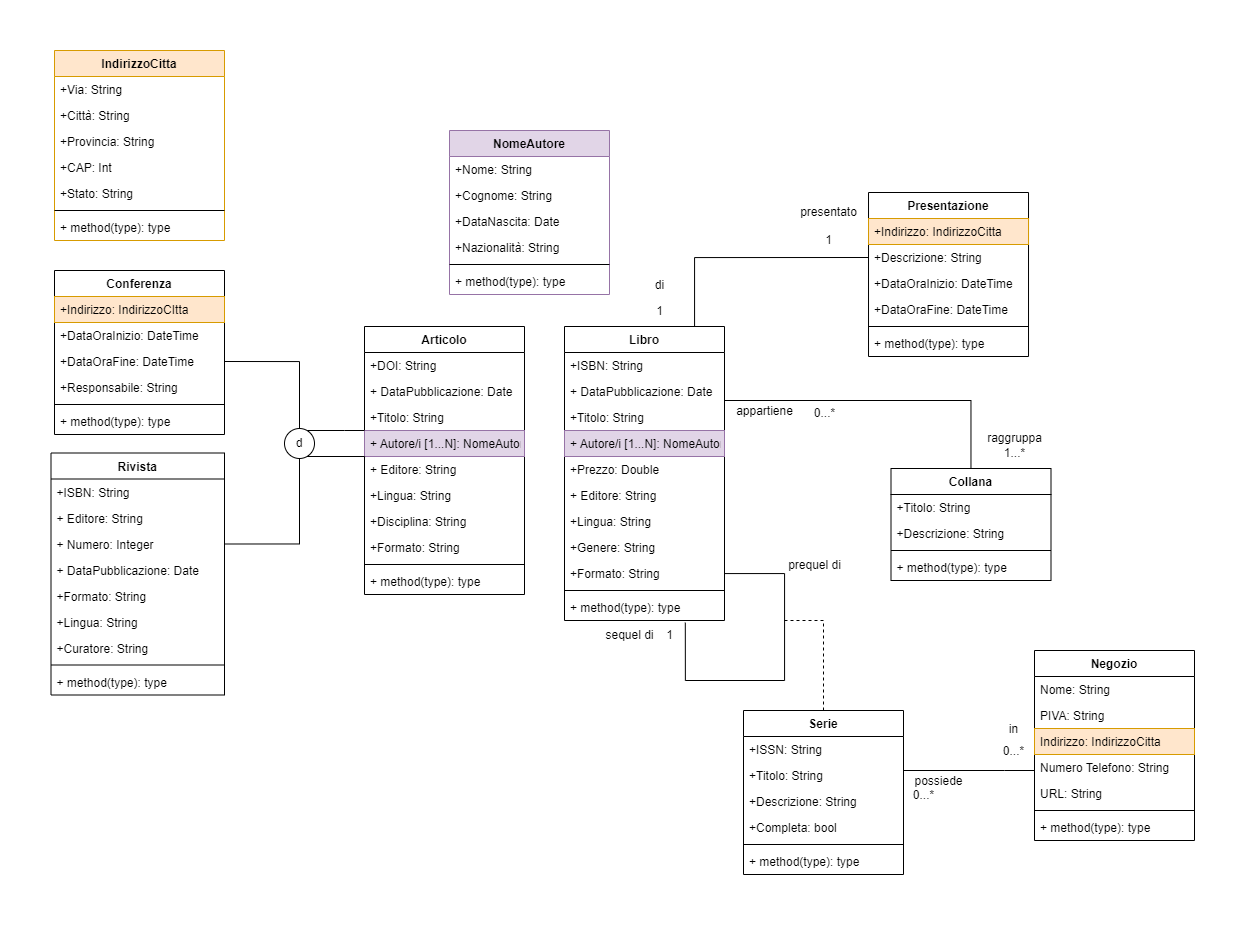
The draw.io diagram Schemi/UMLv4.png in simoneparente/Biblioteca, before a commit. Source tidied: cells renumbered, new cells last; positions are measured from the earlier drawing's top-left corner, leaving out a move shared by most shapes.
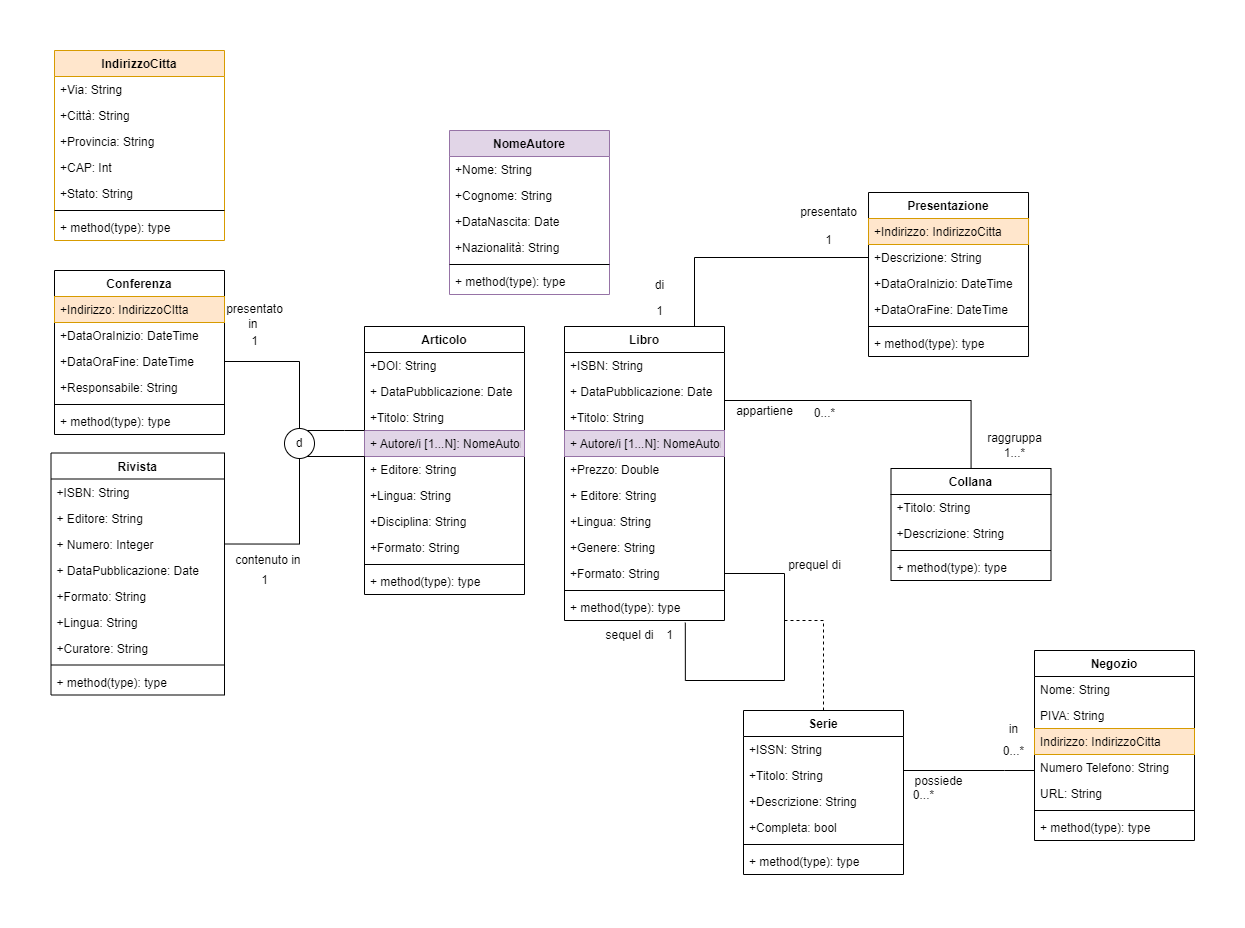
The same file after the commit.

Commit message:
UML v4 aggiornato e inizio documentazione

The edit, as a diff of the source:
```diff
@@ -359,5 +359,17 @@
     <mxCell id="108" value="1" style="text;html=1;align=center;verticalAlign=middle;strokeColor=none;fillColor=none;" parent="1" vertex="1">
       <mxGeometry x="594" y="246" width="30" height="30" as="geometry" />
     </mxCell>
+    <mxCell id="109" value="presentato&lt;br&gt;in&amp;nbsp;" style="text;html=1;align=center;verticalAlign=middle;strokeColor=none;fillColor=none;" parent="1" vertex="1">
+      <mxGeometry x="164" y="246" width="80" height="40" as="geometry" />
+    </mxCell>
+    <mxCell id="110" value="1" style="text;html=1;align=center;verticalAlign=middle;strokeColor=none;fillColor=none;" parent="1" vertex="1">
+      <mxGeometry x="189" y="276" width="30" height="30" as="geometry" />
+    </mxCell>
+    <mxCell id="111" value="contenuto in&amp;nbsp;" style="text;html=1;align=center;verticalAlign=middle;strokeColor=none;fillColor=none;" parent="1" vertex="1">
+      <mxGeometry x="174" y="495" width="90" height="30" as="geometry" />
+    </mxCell>
+    <mxCell id="112" value="1" style="text;html=1;align=center;verticalAlign=middle;strokeColor=none;fillColor=none;" parent="1" vertex="1">
+      <mxGeometry x="199" y="515" width="30" height="30" as="geometry" />
+    </mxCell>
   </root>
 </mxGraphModel>
```
